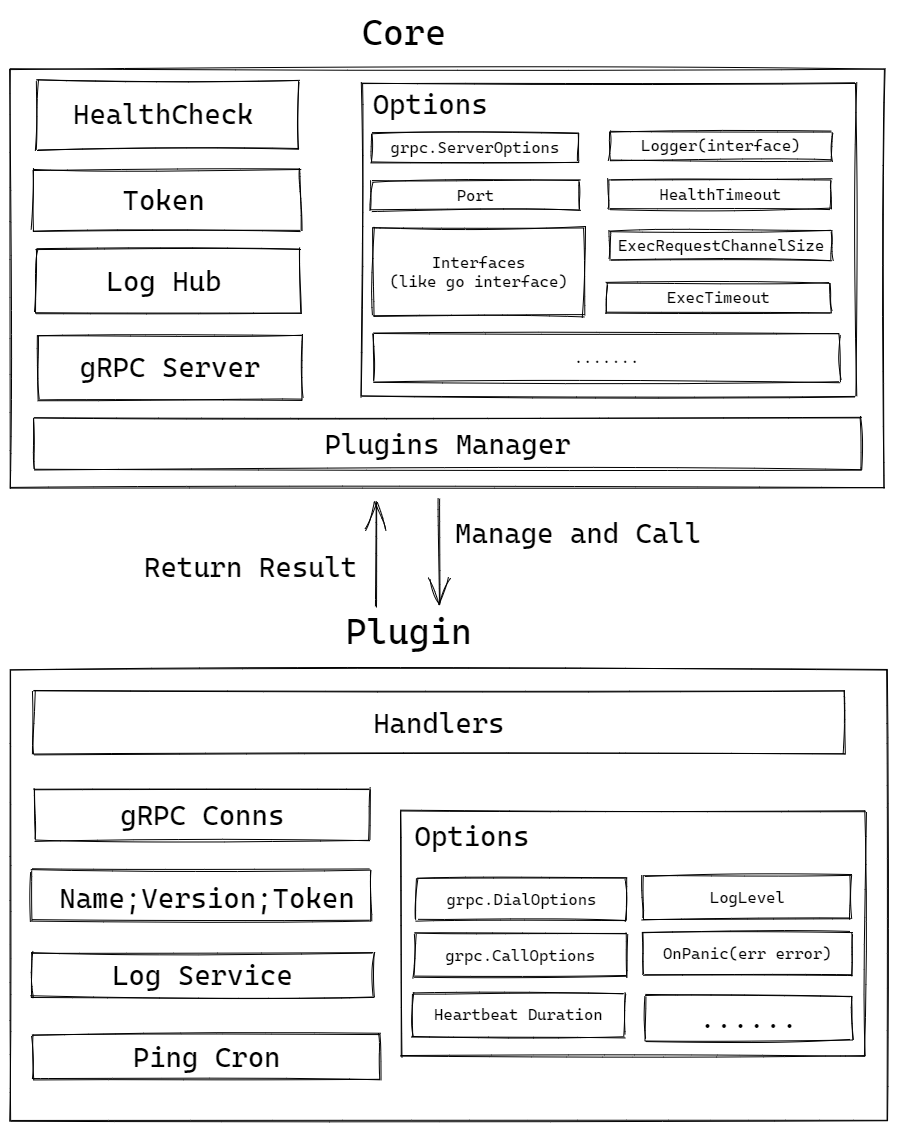
The Excalidraw diagram proposal/arch.png in iyear/go-plugin-grpc, before a commit. Source tidied: one line per element, renumbered; positions are measured from the earlier drawing's top-left corner, leaving out a move shared by most shapes.
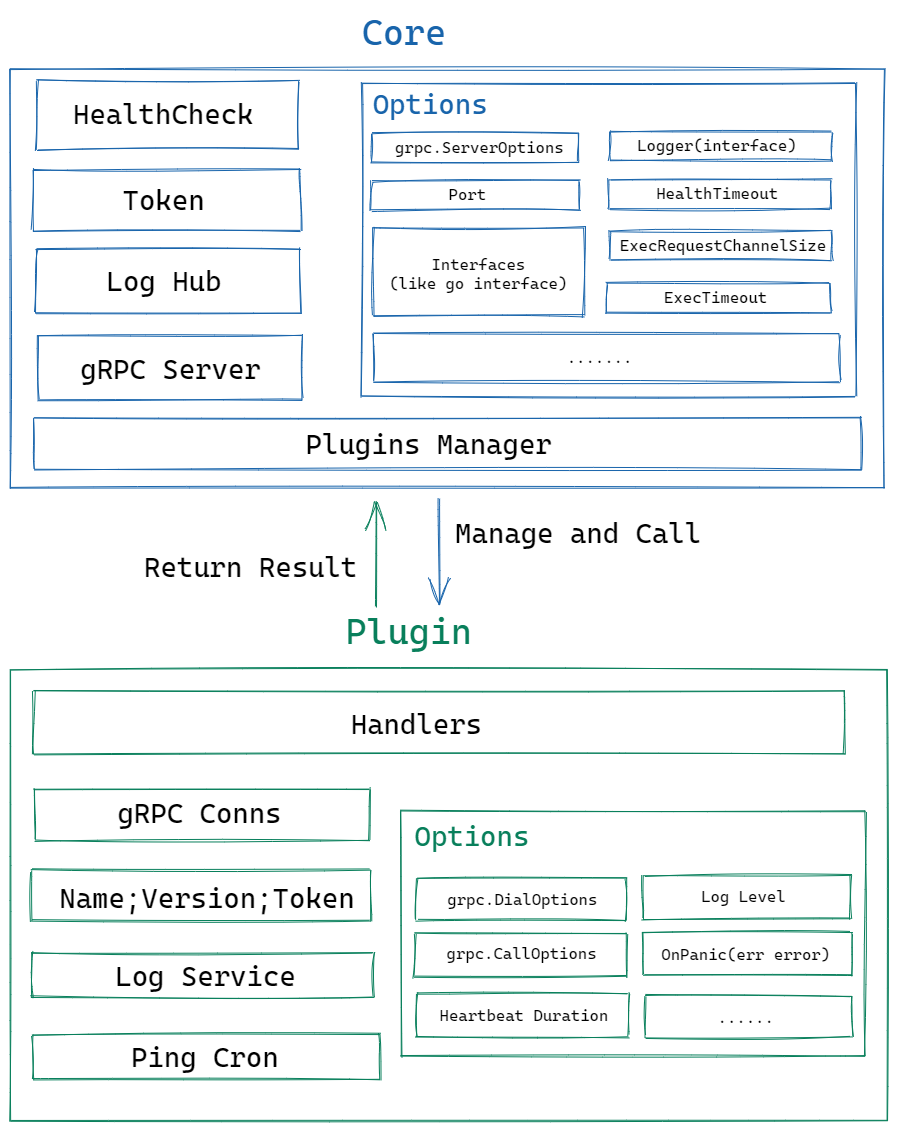
After the change.

Diff of the diagram source:
```diff
@@ -1,60 +1,60 @@
-{"id": 0, "type": "rectangle", "strokeColor": "#000000", "strokeWidth": 1, "roughness": 1, "x": 0, "y": 59, "width": 874, "height": 419}
+{"id": 0, "type": "rectangle", "strokeColor": "#1864ab", "strokeWidth": 1, "roughness": 1, "x": 0, "y": 59, "width": 874, "height": 419}
-{"id": 1, "type": "rectangle", "strokeColor": "#000000", "strokeWidth": 1, "roughness": 1, "x": 27, "y": 70, "width": 261, "height": 69}
+{"id": 1, "type": "rectangle", "strokeColor": "#1864ab", "strokeWidth": 1, "roughness": 1, "x": 27, "y": 70, "width": 261, "height": 69}
 {"id": 2, "type": "text", "text": "HealthCheck", "strokeColor": "#000000", "strokeWidth": 1, "roughness": 1, "fontSize": 28, "fontFamily": 3, "x": 63, "y": 87, "width": 181, "height": 34}
-{"id": 3, "type": "rectangle", "strokeColor": "#000000", "strokeWidth": 1, "roughness": 1, "x": 26, "y": 238, "width": 265, "height": 65}
+{"id": 3, "type": "rectangle", "strokeColor": "#1864ab", "strokeWidth": 1, "roughness": 1, "x": 26, "y": 238, "width": 265, "height": 65}
 {"id": 4, "type": "text", "text": "Log Hub", "strokeColor": "#000000", "strokeWidth": 1, "roughness": 1, "fontSize": 28, "fontFamily": 3, "x": 97, "y": 254, "width": 116, "height": 34}
-{"id": 5, "type": "rectangle", "strokeColor": "#000000", "strokeWidth": 1, "roughness": 1, "x": 24, "y": 408, "width": 827, "height": 52}
+{"id": 5, "type": "rectangle", "strokeColor": "#1864ab", "strokeWidth": 1, "roughness": 1, "x": 24, "y": 408, "width": 827, "height": 52}
-{"id": 6, "type": "text", "text": "Plugins Manager", "strokeColor": "#000000", "strokeWidth": 1, "roughness": 1, "fontSize": 28, "fontFamily": 3, "textAlign": "center", "verticalAlign": "middle", "inside": 5, "x": 29, "y": 417, "width": 817, "height": 34}
-{"id": 7, "type": "rectangle", "strokeColor": "#000000", "strokeWidth": 1, "roughness": 1, "x": 23, "y": 159, "width": 267, "height": 62}
+{"id": 7, "type": "rectangle", "strokeColor": "#1864ab", "strokeWidth": 1, "roughness": 1, "x": 23, "y": 159, "width": 267, "height": 62}
 {"id": 8, "type": "text", "text": "Token", "strokeColor": "#000000", "strokeWidth": 1, "roughness": 1, "fontSize": 28, "fontFamily": 3, "x": 113, "y": 173, "width": 83, "height": 34}
-{"id": 9, "type": "rectangle", "strokeColor": "#000000", "strokeWidth": 1, "roughness": 1, "x": 27, "y": 325, "width": 265, "height": 65}
+{"id": 9, "type": "rectangle", "strokeColor": "#1864ab", "strokeWidth": 1, "roughness": 1, "x": 27, "y": 325, "width": 265, "height": 65}
-{"id": 10, "type": "text", "text": "gRPC Server", "strokeColor": "#000000", "strokeWidth": 1, "roughness": 1, "fontSize": 28, "fontFamily": 3, "textAlign": "center", "verticalAlign": "middle", "inside": 9, "x": 32, "y": 340, "width": 255, "height": 34}
-{"id": 11, "type": "text", "text": "Options", "strokeColor": "#000000", "strokeWidth": 1, "roughness": 1, "fontSize": 28, "fontFamily": 3, "x": 363, "y": 77, "width": 116, "height": 34}
+{"id": 11, "type": "text", "text": "Options", "strokeColor": "#1864ab", "strokeWidth": 1, "roughness": 1, "fontSize": 28, "fontFamily": 3, "x": 363, "y": 77, "width": 116, "height": 34}
-{"id": 12, "type": "rectangle", "strokeColor": "#000000", "strokeWidth": 1, "roughness": 1, "x": 352, "y": 73, "width": 494, "height": 313}
+{"id": 12, "type": "rectangle", "strokeColor": "#1864ab", "strokeWidth": 1, "roughness": 1, "x": 352, "y": 73, "width": 494, "height": 313}
-{"id": 13, "type": "rectangle", "strokeColor": "#000000", "strokeWidth": 1, "roughness": 1, "x": 361, "y": 123, "width": 207, "height": 29}
+{"id": 13, "type": "rectangle", "strokeColor": "#1864ab", "strokeWidth": 1, "roughness": 1, "x": 361, "y": 123, "width": 207, "height": 29}
-{"id": 14, "type": "text", "text": "grpc.ServerOptions", "strokeColor": "#000000", "strokeWidth": 1, "roughness": 1, "fontSize": 16, "fontFamily": 3, "textAlign": "center", "verticalAlign": "middle", "inside": 13, "x": 366, "y": 128, "width": 197, "height": 19}
-{"id": 15, "type": "rectangle", "strokeColor": "#000000", "strokeWidth": 1, "roughness": 1, "x": 361, "y": 171, "width": 208, "height": 29}
+{"id": 15, "type": "rectangle", "strokeColor": "#1864ab", "strokeWidth": 1, "roughness": 1, "x": 361, "y": 171, "width": 208, "height": 29}
-{"id": 16, "type": "text", "text": "Port", "strokeColor": "#000000", "strokeWidth": 1, "roughness": 1, "fontSize": 16, "fontFamily": 3, "textAlign": "center", "verticalAlign": "middle", "inside": 15, "x": 366, "y": 176, "width": 198, "height": 19}
-{"id": 17, "type": "rectangle", "strokeColor": "#000000", "strokeWidth": 1, "roughness": 1, "x": 599, "y": 170, "width": 222, "height": 29}
+{"id": 17, "type": "rectangle", "strokeColor": "#1864ab", "strokeWidth": 1, "roughness": 1, "x": 599, "y": 170, "width": 222, "height": 29}
-{"id": 18, "type": "text", "text": "HealthTimeout", "strokeColor": "#000000", "strokeWidth": 1, "roughness": 1, "fontSize": 16, "fontFamily": 3, "textAlign": "center", "verticalAlign": "middle", "inside": 17, "x": 604, "y": 175, "width": 212, "height": 19}
-{"id": 19, "type": "rectangle", "strokeColor": "#000000", "strokeWidth": 1, "roughness": 1, "x": 600, "y": 121, "width": 221, "height": 29}
+{"id": 19, "type": "rectangle", "strokeColor": "#1864ab", "strokeWidth": 1, "roughness": 1, "x": 600, "y": 121, "width": 221, "height": 29}
-{"id": 20, "type": "text", "text": "Logger(interface)", "strokeColor": "#000000", "strokeWidth": 1, "roughness": 1, "fontSize": 16, "fontFamily": 3, "textAlign": "center", "verticalAlign": "middle", "inside": 19, "x": 605, "y": 126, "width": 211, "height": 19}
-{"id": 21, "type": "rectangle", "strokeColor": "#000000", "strokeWidth": 1, "roughness": 1, "x": 601, "y": 221, "width": 221, "height": 29}
+{"id": 21, "type": "rectangle", "strokeColor": "#1864ab", "strokeWidth": 1, "roughness": 1, "x": 601, "y": 221, "width": 221, "height": 29}
-{"id": 22, "type": "text", "text": "ExecRequestChannelSize", "strokeColor": "#000000", "strokeWidth": 1, "roughness": 1, "fontSize": 16, "fontFamily": 3, "textAlign": "center", "verticalAlign": "middle", "inside": 21, "x": 606, "y": 226, "width": 211, "height": 19}
-{"id": 23, "type": "rectangle", "strokeColor": "#000000", "strokeWidth": 1, "roughness": 1, "x": 363, "y": 218, "width": 211, "height": 88}
+{"id": 23, "type": "rectangle", "strokeColor": "#1864ab", "strokeWidth": 1, "roughness": 1, "x": 363, "y": 218, "width": 211, "height": 88}
-{"id": 24, "type": "text", "text": "Interfaces\n(like go interface)", "strokeColor": "#000000", "strokeWidth": 1, "roughness": 1, "fontSize": 16, "fontFamily": 3, "textAlign": "center", "verticalAlign": "middle", "inside": 23, "x": 368, "y": 243, "width": 201, "height": 38}
-{"id": 25, "type": "rectangle", "strokeColor": "#000000", "strokeWidth": 1, "roughness": 1, "x": 596, "y": 273, "width": 224, "height": 30}
+{"id": 25, "type": "rectangle", "strokeColor": "#1864ab", "strokeWidth": 1, "roughness": 1, "x": 596, "y": 273, "width": 224, "height": 30}
-{"id": 26, "type": "text", "text": "ExecTimeout", "strokeColor": "#000000", "strokeWidth": 1, "roughness": 1, "fontSize": 16, "fontFamily": 3, "textAlign": "center", "verticalAlign": "middle", "inside": 25, "x": 601, "y": 278, "width": 214, "height": 19}
-{"id": 27, "type": "rectangle", "strokeColor": "#000000", "strokeWidth": 1, "roughness": 1, "x": 364, "y": 323, "width": 466, "height": 49}
+{"id": 27, "type": "rectangle", "strokeColor": "#1864ab", "strokeWidth": 1, "roughness": 1, "x": 364, "y": 323, "width": 466, "height": 49}
-{"id": 28, "type": "text", "text": ".......", "strokeColor": "#000000", "strokeWidth": 1, "roughness": 1, "fontSize": 16, "fontFamily": 3, "textAlign": "center", "verticalAlign": "middle", "inside": 27, "x": 369, "y": 338, "width": 456, "height": 19}
-{"id": 29, "type": "text", "text": "Core", "strokeColor": "#000000", "strokeWidth": 1, "roughness": 1, "fontSize": 36, "fontFamily": 3, "x": 352, "y": 0, "width": 85, "height": 43}
+{"id": 29, "type": "text", "text": "Core", "strokeColor": "#1864ab", "strokeWidth": 1, "roughness": 1, "fontSize": 36, "fontFamily": 3, "x": 352, "y": 0, "width": 85, "height": 43}
-{"id": 30, "type": "rectangle", "strokeColor": "#000000", "strokeWidth": 1, "roughness": 1, "x": 1, "y": 660, "width": 877, "height": 451}
+{"id": 30, "type": "rectangle", "strokeColor": "#087f5b", "strokeWidth": 1, "roughness": 1, "x": 1, "y": 660, "width": 877, "height": 451}
-{"id": 31, "type": "text", "text": "Plugin", "strokeColor": "#000000", "strokeWidth": 1, "roughness": 1, "fontSize": 36, "fontFamily": 3, "x": 335, "y": 599, "width": 128, "height": 43}
+{"id": 31, "type": "text", "text": "Plugin", "strokeColor": "#087f5b", "strokeWidth": 1, "roughness": 1, "fontSize": 36, "fontFamily": 3, "x": 335, "y": 599, "width": 128, "height": 43}
-{"id": 32, "type": "rectangle", "strokeColor": "#000000", "strokeWidth": 1, "roughness": 1, "x": 23, "y": 681, "width": 811, "height": 63}
+{"id": 32, "type": "rectangle", "strokeColor": "#087f5b", "strokeWidth": 1, "roughness": 1, "x": 23, "y": 681, "width": 811, "height": 63}
-{"id": 33, "type": "text", "text": "Handlers", "strokeColor": "#000000", "strokeWidth": 1, "roughness": 1, "fontSize": 28, "fontFamily": 3, "textAlign": "center", "verticalAlign": "middle", "inside": 32, "x": 28, "y": 696, "width": 801, "height": 34}
-{"id": 34, "type": "rectangle", "strokeColor": "#000000", "strokeWidth": 1, "roughness": 1, "x": 21, "y": 860, "width": 339, "height": 51}
+{"id": 34, "type": "rectangle", "strokeColor": "#087f5b", "strokeWidth": 1, "roughness": 1, "x": 21, "y": 860, "width": 339, "height": 51}
 {"id": 35, "type": "text", "text": "Name;Version;Token", "strokeColor": "#000000", "strokeWidth": 1, "roughness": 1, "fontSize": 28, "fontFamily": 3, "x": 49, "y": 871, "width": 296, "height": 34}
-{"id": 36, "type": "rectangle", "strokeColor": "#000000", "strokeWidth": 1, "roughness": 1, "x": 25, "y": 779, "width": 335, "height": 51}
+{"id": 36, "type": "rectangle", "strokeColor": "#087f5b", "strokeWidth": 1, "roughness": 1, "x": 25, "y": 779, "width": 335, "height": 51}
-{"id": 37, "type": "text", "text": "gRPC Conns", "strokeColor": "#000000", "strokeWidth": 1, "roughness": 1, "fontSize": 28, "fontFamily": 3, "textAlign": "center", "verticalAlign": "middle", "inside": 36, "x": 30, "y": 788, "width": 325, "height": 34}
-{"id": 38, "type": "rectangle", "strokeColor": "#000000", "strokeWidth": 1, "roughness": 1, "x": 21, "y": 943, "width": 342, "height": 44}
+{"id": 38, "type": "rectangle", "strokeColor": "#087f5b", "strokeWidth": 1, "roughness": 1, "x": 21, "y": 943, "width": 342, "height": 44}
-{"id": 39, "type": "text", "text": "Log Service", "strokeColor": "#000000", "strokeWidth": 1, "roughness": 1, "fontSize": 28, "fontFamily": 3, "textAlign": "center", "verticalAlign": "middle", "inside": 38, "x": 26, "y": 948, "width": 332, "height": 34}
-{"id": 40, "type": "rectangle", "strokeColor": "#000000", "strokeWidth": 1, "roughness": 1, "x": 23, "y": 1024, "width": 347, "height": 45}
+{"id": 40, "type": "rectangle", "strokeColor": "#087f5b", "strokeWidth": 1, "roughness": 1, "x": 23, "y": 1024, "width": 347, "height": 45}
-{"id": 41, "type": "text", "text": "Ping Cron", "strokeColor": "#000000", "strokeWidth": 1, "roughness": 1, "fontSize": 28, "fontFamily": 3, "textAlign": "center", "verticalAlign": "middle", "inside": 40, "x": 28, "y": 1030, "width": 337, "height": 34}
-{"id": 42, "type": "arrow", "strokeColor": "#000000", "strokeWidth": 1, "roughness": 1, "endArrowhead": "arrow", "from": 0, "to": 31, "x": 430, "y": 488, "width": 1, "height": 107, "points": [[0, 0], [-1, 107]]}
+{"id": 42, "type": "arrow", "strokeColor": "#1864ab", "strokeWidth": 1, "roughness": 1, "endArrowhead": "arrow", "from": 0, "to": 31, "x": 430, "y": 488, "width": 1, "height": 107, "points": [[0, 0], [-1, 107]]}
 {"id": 43, "type": "text", "text": "Manage and Call", "strokeColor": "#000000", "strokeWidth": 1, "roughness": 1, "fontSize": 28, "fontFamily": 3, "x": 445, "y": 506, "width": 247, "height": 34}
-{"id": 44, "type": "rectangle", "strokeColor": "#000000", "strokeWidth": 1, "roughness": 1, "x": 390, "y": 801, "width": 465, "height": 245}
+{"id": 44, "type": "rectangle", "strokeColor": "#087f5b", "strokeWidth": 1, "roughness": 1, "x": 390, "y": 801, "width": 465, "height": 245}
-{"id": 45, "type": "text", "text": "Options", "strokeColor": "#000000", "strokeWidth": 1, "roughness": 1, "fontSize": 28, "fontFamily": 3, "x": 404, "y": 809, "width": 116, "height": 34}
+{"id": 45, "type": "text", "text": "Options", "strokeColor": "#087f5b", "strokeWidth": 1, "roughness": 1, "fontSize": 28, "fontFamily": 3, "x": 404, "y": 809, "width": 116, "height": 34}
-{"id": 46, "type": "rectangle", "strokeColor": "#000000", "strokeWidth": 1, "roughness": 1, "x": 406, "y": 868, "width": 210, "height": 43}
+{"id": 46, "type": "rectangle", "strokeColor": "#087f5b", "strokeWidth": 1, "roughness": 1, "x": 406, "y": 868, "width": 210, "height": 43}
-{"id": 47, "type": "text", "text": "grpc.DialOptions", "strokeColor": "#000000", "strokeWidth": 1, "roughness": 1, "fontSize": 16, "fontFamily": 3, "textAlign": "center", "verticalAlign": "middle", "inside": 46, "x": 411, "y": 880, "width": 200, "height": 19}
-{"id": 48, "type": "rectangle", "strokeColor": "#000000", "strokeWidth": 1, "roughness": 1, "x": 404, "y": 924, "width": 212, "height": 43}
+{"id": 48, "type": "rectangle", "strokeColor": "#087f5b", "strokeWidth": 1, "roughness": 1, "x": 404, "y": 924, "width": 212, "height": 43}
-{"id": 49, "type": "text", "text": "grpc.CallOptions", "strokeColor": "#000000", "strokeWidth": 1, "roughness": 1, "fontSize": 16, "fontFamily": 3, "textAlign": "center", "verticalAlign": "middle", "inside": 48, "x": 409, "y": 936, "width": 202, "height": 19}
-{"id": 50, "type": "rectangle", "strokeColor": "#000000", "strokeWidth": 1, "roughness": 1, "x": 402, "y": 983, "width": 212, "height": 43}
+{"id": 50, "type": "rectangle", "strokeColor": "#087f5b", "strokeWidth": 1, "roughness": 1, "x": 406, "y": 983, "width": 212, "height": 43}
-{"id": 51, "type": "text", "text": "Heartbeat Duration", "strokeColor": "#000000", "strokeWidth": 1, "roughness": 1, "fontSize": 16, "fontFamily": 3, "textAlign": "center", "verticalAlign": "middle", "inside": 50, "x": 407, "y": 995, "width": 202, "height": 19}
-{"id": 52, "type": "rectangle", "strokeColor": "#000000", "strokeWidth": 1, "roughness": 1, "x": 633, "y": 865, "width": 208, "height": 44}
+{"id": 52, "type": "rectangle", "strokeColor": "#087f5b", "strokeWidth": 1, "roughness": 1, "x": 633, "y": 865, "width": 208, "height": 44}
-{"id": 53, "type": "text", "text": "LogLevel", "strokeColor": "#000000", "strokeWidth": 1, "roughness": 1, "fontSize": 16, "fontFamily": 3, "textAlign": "center", "verticalAlign": "middle", "inside": 52, "x": 638, "y": 878, "width": 198, "height": 19}
-{"id": 54, "type": "rectangle", "strokeColor": "#000000", "strokeWidth": 1, "roughness": 1, "x": 633, "y": 922, "width": 209, "height": 43}
+{"id": 54, "type": "rectangle", "strokeColor": "#087f5b", "strokeWidth": 1, "roughness": 1, "x": 633, "y": 922, "width": 209, "height": 43}
-{"id": 55, "type": "text", "text": "OnPanic(err error)", "strokeColor": "#000000", "strokeWidth": 1, "roughness": 1, "fontSize": 16, "fontFamily": 3, "textAlign": "center", "verticalAlign": "middle", "inside": 54, "x": 638, "y": 934, "width": 199, "height": 19}
-{"id": 56, "type": "arrow", "strokeColor": "#000000", "strokeWidth": 1, "roughness": 1, "endArrowhead": "arrow", "from": 31, "to": 0, "x": 366, "y": 598, "width": 0, "height": 106, "points": [[0, 0], [0, -106]]}
+{"id": 56, "type": "arrow", "strokeColor": "#087f5b", "strokeWidth": 1, "roughness": 1, "endArrowhead": "arrow", "from": 31, "to": 0, "x": 366, "y": 598, "width": 0, "height": 106, "points": [[0, 0], [0, -106]]}
 {"id": 57, "type": "text", "text": "Return Result", "strokeColor": "#000000", "strokeWidth": 1, "roughness": 1, "fontSize": 28, "fontFamily": 3, "x": 134, "y": 540, "width": 214, "height": 34}
-{"id": 58, "type": "rectangle", "strokeColor": "#000000", "strokeWidth": 1, "roughness": 1, "x": 635, "y": 986, "width": 207, "height": 44}
+{"id": 58, "type": "rectangle", "strokeColor": "#087f5b", "strokeWidth": 1, "roughness": 1, "x": 635, "y": 986, "width": 207, "height": 41}
+{"id": 10, "type": "text", "text": "gRPC Server", "strokeColor": "#000000", "strokeWidth": 1, "roughness": 1, "fontSize": 28, "fontFamily": 3, "x": 70, "y": 342, "width": 181, "height": 34}
+{"id": 6, "type": "text", "text": "Plugins Manager", "strokeColor": "#000000", "strokeWidth": 1, "roughness": 1, "fontSize": 28, "fontFamily": 3, "x": 296, "y": 417, "width": 247, "height": 34}
+{"id": 14, "type": "text", "text": "grpc.ServerOptions", "strokeColor": "#000000", "strokeWidth": 1, "roughness": 1, "fontSize": 16, "fontFamily": 3, "x": 385, "y": 128, "width": 170, "height": 19}
+{"id": 20, "type": "text", "text": "Logger(interface)", "strokeColor": "#000000", "strokeWidth": 1, "roughness": 1, "fontSize": 16, "fontFamily": 3, "x": 627, "y": 126, "width": 160, "height": 19}
+{"id": 16, "type": "text", "text": "Port", "strokeColor": "#000000", "strokeWidth": 1, "roughness": 1, "fontSize": 16, "fontFamily": 3, "x": 439, "y": 175, "width": 39, "height": 19}
+{"id": 18, "type": "text", "text": "HealthTimeout", "strokeColor": "#000000", "strokeWidth": 1, "roughness": 1, "fontSize": 16, "fontFamily": 3, "x": 646, "y": 174, "width": 123, "height": 19}
+{"id": 24, "type": "text", "text": "Interfaces\n(like go interface)", "strokeColor": "#000000", "strokeWidth": 1, "roughness": 1, "fontSize": 16, "fontFamily": 3, "textAlign": "center", "x": 379, "y": 244, "width": 179, "height": 39}
+{"id": 28, "type": "text", "text": ".......", "strokeColor": "#000000", "strokeWidth": 1, "roughness": 1, "fontSize": 16, "fontFamily": 3, "textAlign": "center", "x": 556, "y": 338, "width": 67, "height": 19}
+{"id": 22, "type": "text", "text": "ExecRequestChannelSize", "strokeColor": "#000000", "strokeWidth": 1, "roughness": 1, "fontSize": 16, "fontFamily": 3, "textAlign": "center", "x": 609, "y": 226, "width": 207, "height": 19}
+{"id": 26, "type": "text", "text": "ExecTimeout", "strokeColor": "#000000", "strokeWidth": 1, "roughness": 1, "fontSize": 16, "fontFamily": 3, "textAlign": "center", "x": 654, "y": 278, "width": 104, "height": 19}
+{"id": 33, "type": "text", "text": "Handlers", "strokeColor": "#000000", "strokeWidth": 1, "roughness": 1, "fontSize": 28, "fontFamily": 3, "textAlign": "center", "x": 340, "y": 697, "width": 132, "height": 34}
+{"id": 37, "type": "text", "text": "gRPC Conns", "strokeColor": "#000000", "strokeWidth": 1, "roughness": 1, "fontSize": 28, "fontFamily": 3, "textAlign": "center", "x": 107, "y": 786, "width": 165, "height": 34}
+{"id": 39, "type": "text", "text": "Log Service", "strokeColor": "#000000", "strokeWidth": 1, "roughness": 1, "fontSize": 28, "fontFamily": 3, "textAlign": "center", "x": 105, "y": 949, "width": 181, "height": 34}
+{"id": 41, "type": "text", "text": "Ping Cron", "strokeColor": "#000000", "strokeWidth": 1, "roughness": 1, "fontSize": 28, "fontFamily": 3, "textAlign": "center", "x": 120, "y": 1030, "width": 149, "height": 34}
+{"id": 47, "type": "text", "text": "grpc.DialOptions", "strokeColor": "#000000", "strokeWidth": 1, "roughness": 1, "fontSize": 16, "fontFamily": 3, "textAlign": "center", "x": 437, "y": 880, "width": 151, "height": 19}
+{"id": 49, "type": "text", "text": "grpc.CallOptions", "strokeColor": "#000000", "strokeWidth": 1, "roughness": 1, "fontSize": 16, "fontFamily": 3, "textAlign": "center", "x": 436, "y": 934, "width": 151, "height": 19}
+{"id": 51, "type": "text", "text": "Heartbeat Duration", "strokeColor": "#000000", "strokeWidth": 1, "roughness": 1, "fontSize": 16, "fontFamily": 3, "textAlign": "center", "x": 429, "y": 996, "width": 170, "height": 19}
+{"id": 60, "type": "text", "text": "Log Level", "strokeColor": "#000000", "strokeWidth": 1, "roughness": 1, "fontSize": 16, "fontFamily": 3, "textAlign": "center", "x": 691, "y": 877, "width": 85, "height": 19}
+{"id": 55, "type": "text", "text": "OnPanic(err error)", "strokeColor": "#000000", "strokeWidth": 1, "roughness": 1, "fontSize": 16, "fontFamily": 3, "textAlign": "center", "x": 651, "y": 935, "width": 170, "height": 19}
-{"id": 59, "type": "text", "text": "......", "strokeColor": "#000000", "strokeWidth": 1, "roughness": 1, "fontSize": 28, "fontFamily": 3, "textAlign": "center", "verticalAlign": "middle", "inside": 58, "x": 640, "y": 991, "width": 197, "height": 34}
+{"id": 59, "type": "text", "text": "......", "strokeColor": "#000000", "strokeWidth": 1, "roughness": 1, "fontSize": 16, "fontFamily": 3, "textAlign": "center", "x": 707, "y": 998, "width": 57, "height": 19}
```
